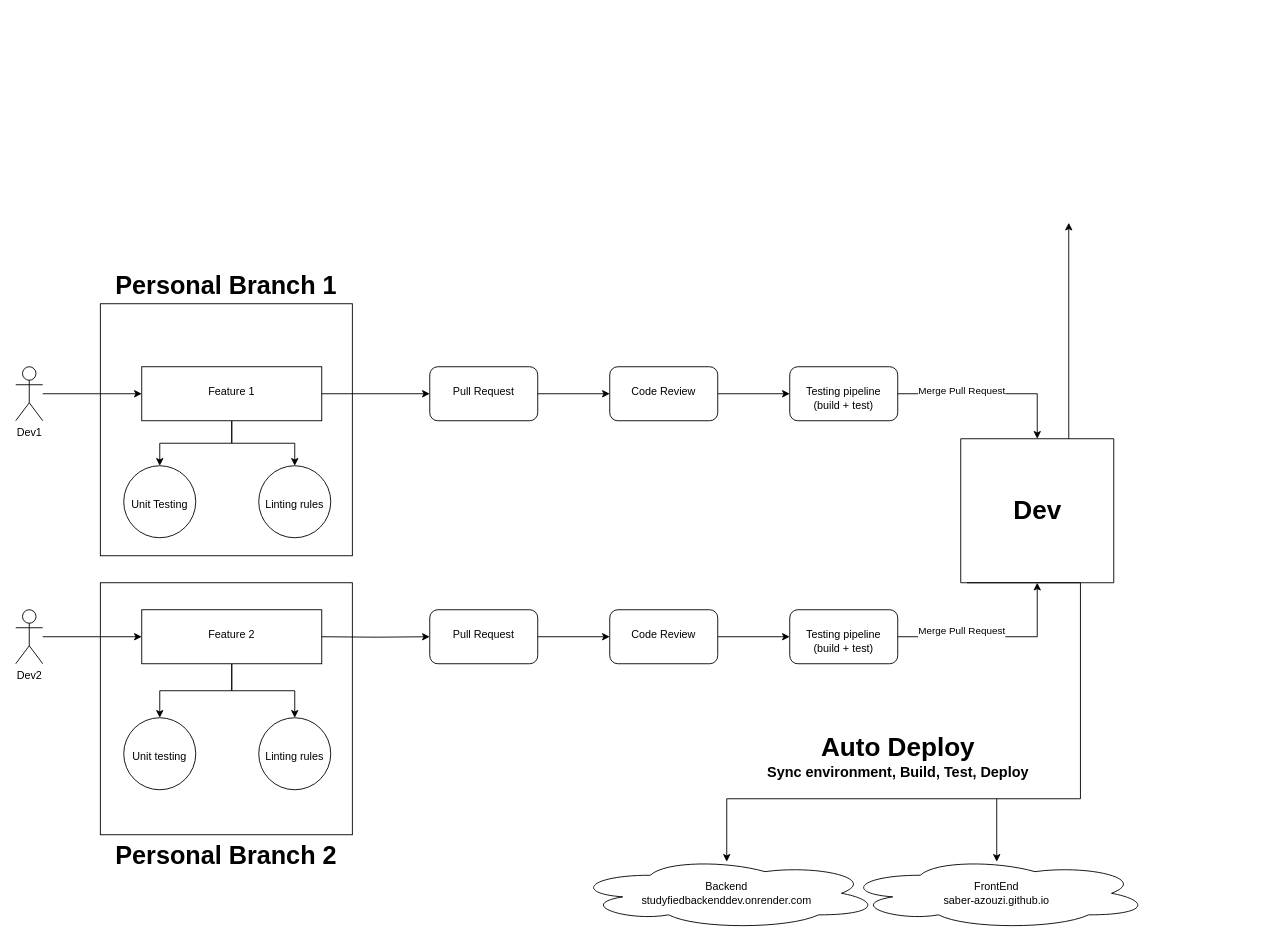
The draw.io diagram Untitled Diagram.drawio in Fabeure/Studyfied, before the edit. Source tidied: cells renumbered, new cells numbered last; positions are measured from the earlier drawing's top-left corner, leaving out a move shared by most shapes. Both pictures are drawn from the tidied source at 90%, with x=0, y=0 at pixel (15, 222).
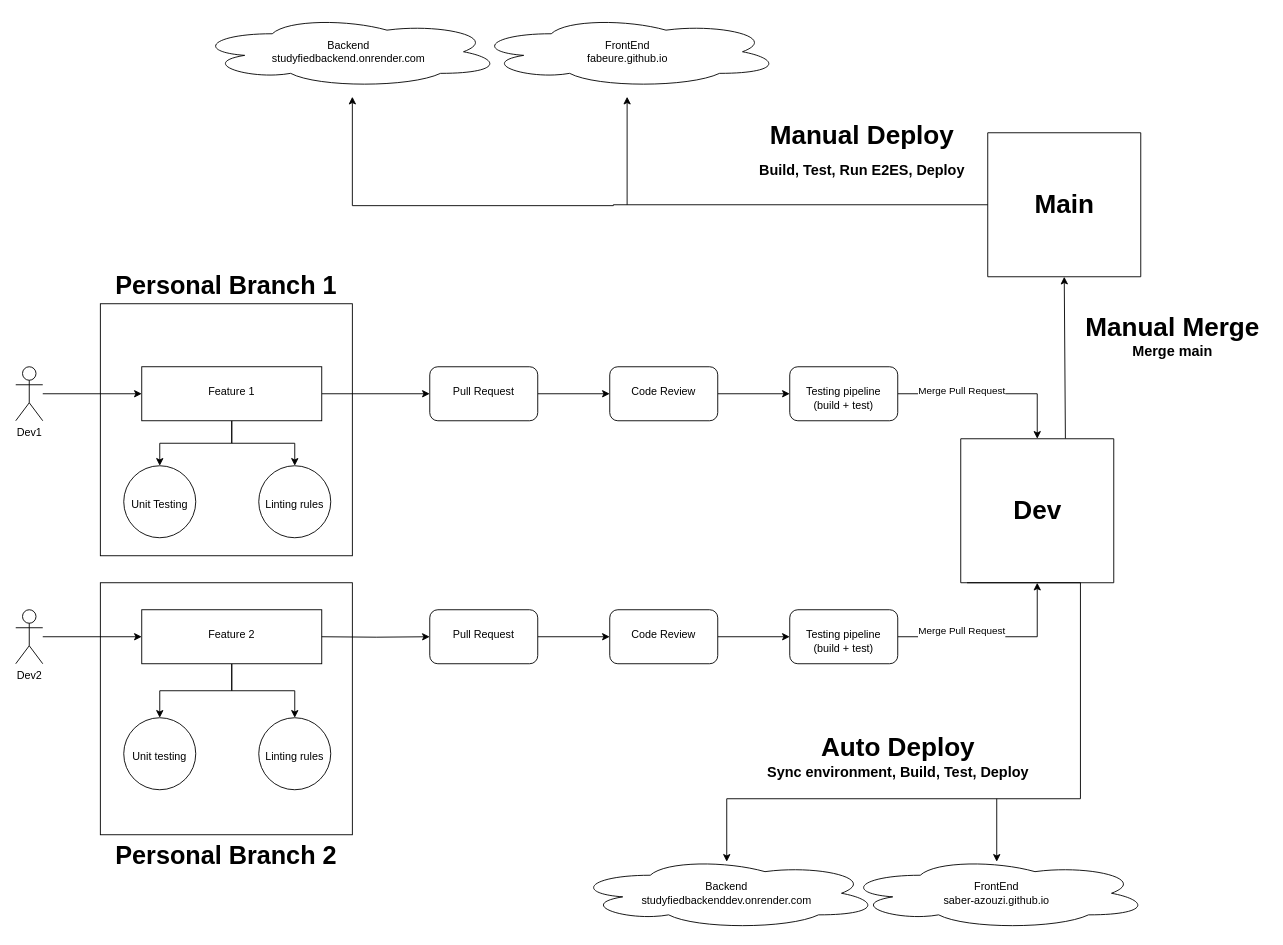
After the change.

The change refers to these unchanged cells:
```xml
<mxCell id="34" style="swimlane;startSize=0;" parent="1" vertex="1">
  <mxGeometry x="1050" y="240" width="170" height="160" as="geometry" />
</mxCell>
```

What changed in the source:
```diff
@@
-    <mxCell id="38" style="endArrow=classic;html=1;rounded=0;" parent="1" edge="1">
-      <mxGeometry relative="1" as="geometry">
-        <mxPoint x="1170" y="240" as="sourcePoint" />
-        <mxPoint x="1170" as="targetPoint" />
-      </mxGeometry>
+    <mxCell id="38" style="endArrow=classic;html=1;rounded=0;entryX=0.5;entryY=1;entryDx=0;entryDy=0;exitX=0.684;exitY=-0.002;exitDx=0;exitDy=0;exitPerimeter=0;" parent="1" edge="1" source="34" target="44">
+      <mxGeometry relative="1" as="geometry" />
     </mxCell>
@@
+    <mxCell id="42" value="Manual Merge&lt;div style=&quot;font-size: 16px;&quot;&gt;Merge main&lt;/div&gt;" style="text;html=1;align=center;verticalAlign=middle;strokeColor=none;fillColor=none;fontSize=29;fontStyle=1;" parent="1" vertex="1">
+      <mxGeometry x="1180" y="90" width="210" height="70" as="geometry" />
+    </mxCell>
+    <mxCell id="43" style="edgeStyle=orthogonalEdgeStyle;rounded=0;jettySize=auto;html=1;exitX=0;exitY=0.5;exitDx=0;exitDy=0;" parent="1" edge="1" source="44">
+      <mxGeometry relative="1" as="geometry">
+        <mxPoint x="374" y="-140" as="targetPoint" />
+        <Array as="points">
+          <mxPoint x="664" y="-20" />
+          <mxPoint x="374" y="-19" />
+        </Array>
+      </mxGeometry>
+    </mxCell>
+    <mxCell id="44" style="swimlane;startSize=0;" parent="1" vertex="1">
+      <mxGeometry x="1080" y="-100" width="170" height="160" as="geometry" />
+    </mxCell>
+    <mxCell id="45" value="&lt;b style=&quot;font-size: 29px;&quot;&gt;&lt;font style=&quot;font-size: 29px;&quot;&gt;Main&lt;/font&gt;&lt;/b&gt;" style="text;html=1;align=center;verticalAlign=middle;strokeColor=none;fillColor=none;" parent="44" vertex="1">
+      <mxGeometry x="40" y="55" width="90" height="50" as="geometry" />
+    </mxCell>
+    <mxCell id="46" value="Manual Deploy&lt;br&gt;&lt;span style=&quot;font-size: 16px; background-color: initial;&quot;&gt;Build, Test, Run E2ES, Deploy&lt;/span&gt;" style="text;html=1;align=center;verticalAlign=middle;strokeColor=none;fillColor=none;fontSize=29;fontStyle=1;" parent="1" vertex="1">
+      <mxGeometry x="820" y="-120" width="240" height="80" as="geometry" />
+    </mxCell>
+    <mxCell id="47" style="endArrow=classic;html=1;rounded=0;" parent="1" edge="1">
+      <mxGeometry relative="1" as="geometry">
+        <mxPoint x="679.3" y="-20" as="sourcePoint" />
+        <mxPoint x="679.3" y="-140" as="targetPoint" />
+      </mxGeometry>
+    </mxCell>
+    <mxCell id="48" value="Backend&lt;div&gt;studyfiedbackend.onrender.com&lt;/div&gt;" style="ellipse;shape=cloud;whiteSpace=wrap;html=1;" parent="1" vertex="1">
+      <mxGeometry x="200" y="-230" width="340" height="80" as="geometry" />
+    </mxCell>
+    <mxCell id="49" value="FrontEnd&lt;div&gt;&lt;span style=&quot;background-color: initial;&quot;&gt;fabeure.github.io&lt;/span&gt;&lt;br&gt;&lt;/div&gt;" style="ellipse;shape=cloud;whiteSpace=wrap;html=1;" parent="1" vertex="1">
+      <mxGeometry x="510" y="-230" width="340" height="80" as="geometry" />
+    </mxCell>
```
